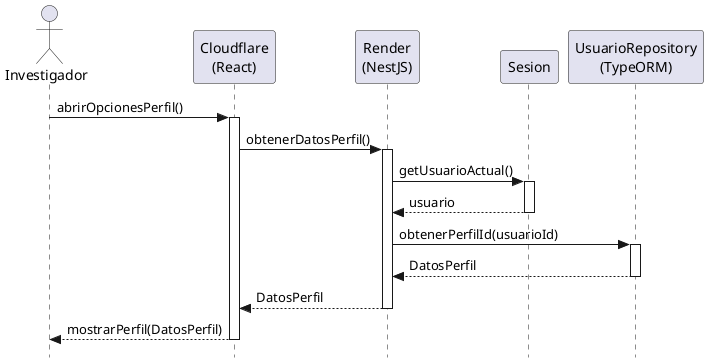
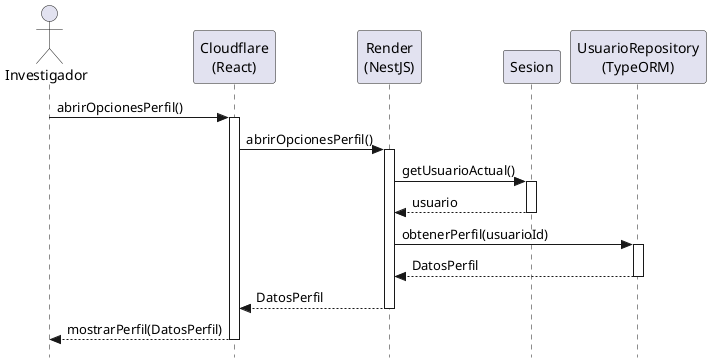
@startuml abrirOpcionesPerfil-diseño
skinparam style strictuml
skinparam backgroundColor white
skinparam shadowing false

actor Investigador
participant "Cloudflare\n(React)" as View
participant "Render\n(NestJS)" as Controller
participant "Sesion" as Sesion
participant "UsuarioRepository\n(TypeORM)" as Repo

Investigador -> View : abrirOpcionesPerfil()
activate View

- View -> Controller : obtenerDatosPerfil()
+ View -> Controller : abrirOpcionesPerfil()
activate Controller


Controller -> Sesion : getUsuarioActual()
activate Sesion

Sesion --> Controller : usuario
deactivate Sesion

- Controller -> Repo : obtenerPerfilId(usuarioId)
+ Controller -> Repo : obtenerPerfil(usuarioId)
activate Repo

Repo --> Controller : DatosPerfil
deactivate Repo

Controller --> View : DatosPerfil
deactivate Controller

View --> Investigador : mostrarPerfil(DatosPerfil)
deactivate View
- @enduml+ @enduml
